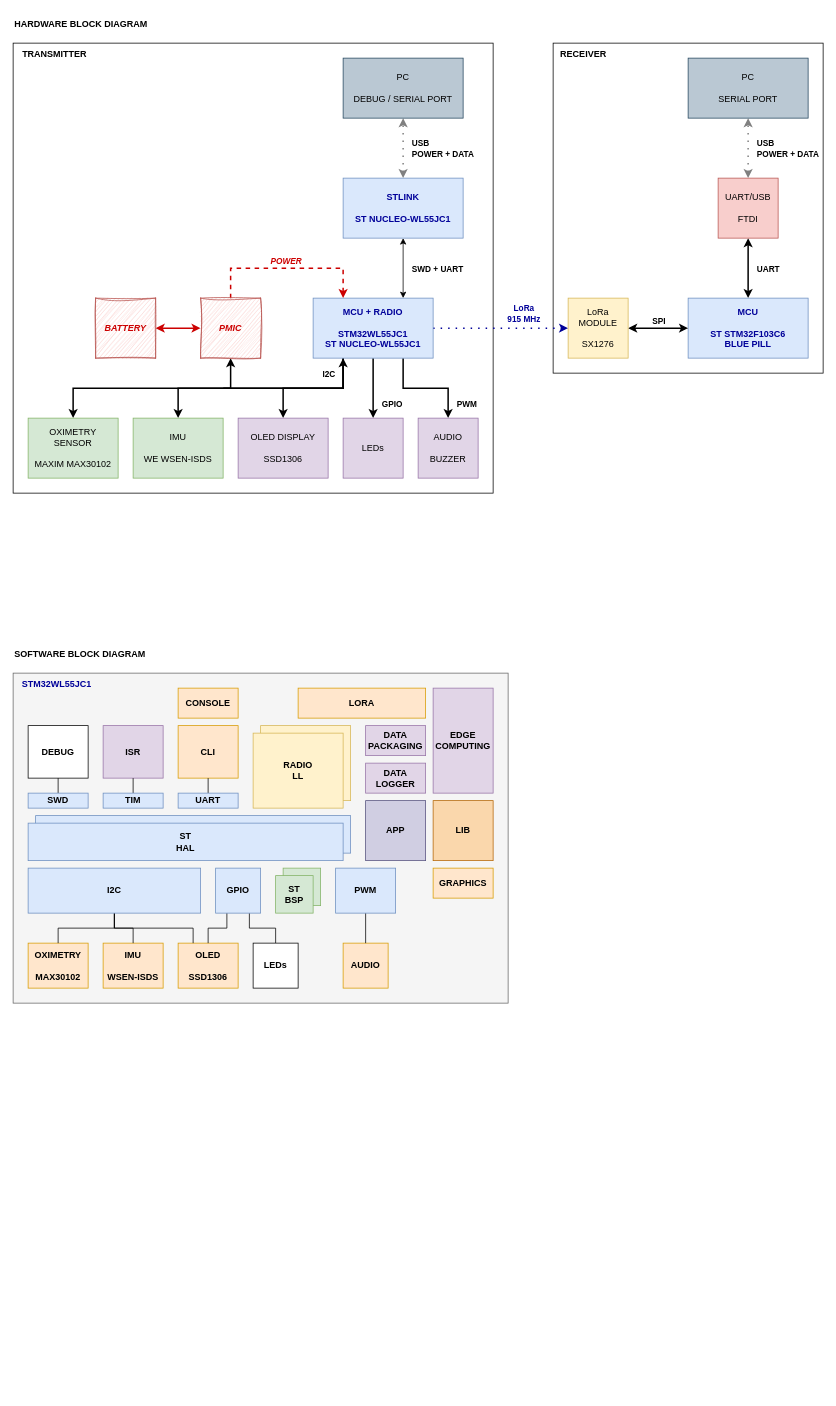
Earlier version of the draw.io diagram DOC/WPM-WL55 BLOCK DIAGRAMS.drawio (MechatronixLab/WPM). Source tidied: cells renumbered, new cells numbered last; positions are measured from the earlier drawing's top-left corner, leaving out a move shared by most shapes. Both pictures are drawn from the tidied source at 75%, with x=0, y=0 at pixel (13, 13).
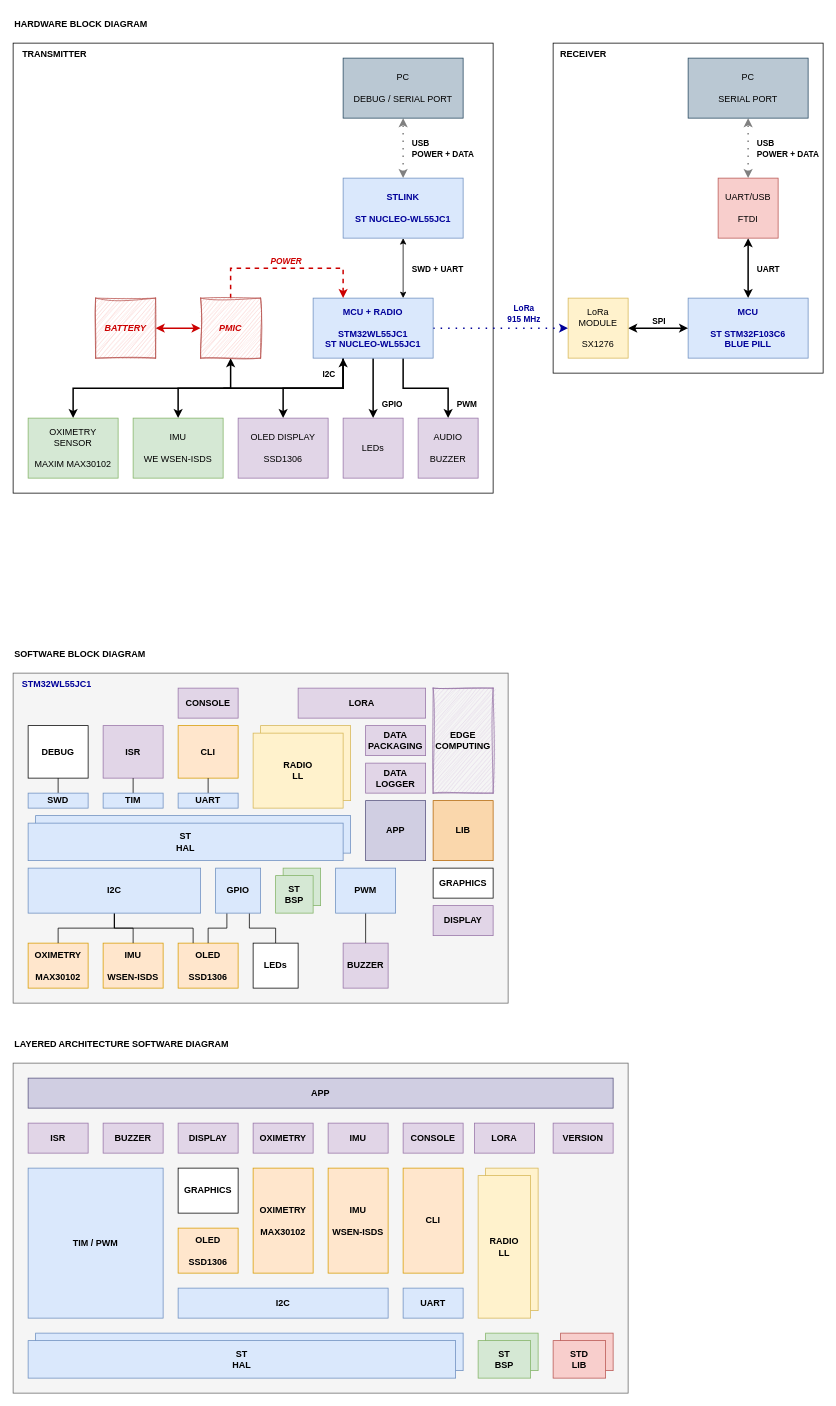
The same page after the edit.

Commit message (it also covers changes not shown here):
Added layered diagram.

The edit, as a diff of the source:
```diff
@@
+    <mxCell id="88" style="rounded=0;whiteSpace=wrap;html=1;fillColor=#f5f5f5;fontColor=#333333;strokeColor=#666666;" parent="1" vertex="1">
+      <mxGeometry y="1400" width="820" height="440" as="geometry" />
+    </mxCell>
@@
-    <mxCell id="52" value="&lt;b&gt;GRAPHICS&lt;br&gt;&lt;/b&gt;" style="rounded=0;whiteSpace=wrap;html=1;fillColor=#ffe6cc;strokeColor=#d79b00;" parent="1" vertex="1">
+    <mxCell id="52" value="&lt;b&gt;GRAPHICS&lt;br&gt;&lt;/b&gt;" style="rounded=0;whiteSpace=wrap;html=1;" parent="1" vertex="1">
       <mxGeometry x="560" y="1140" width="80" height="40" as="geometry" />
     </mxCell>
@@
-    <mxCell id="54" value="&lt;b&gt;CONSOLE&lt;br&gt;&lt;/b&gt;" style="rounded=0;whiteSpace=wrap;html=1;fillColor=#ffe6cc;strokeColor=#d79b00;" parent="1" vertex="1">
+    <mxCell id="54" value="&lt;b&gt;CONSOLE&lt;br&gt;&lt;/b&gt;" style="rounded=0;whiteSpace=wrap;html=1;fillColor=#e1d5e7;strokeColor=#9673a6;" parent="1" vertex="1">
       <mxGeometry x="220" y="900" width="80" height="40" as="geometry" />
     </mxCell>
@@
-    <mxCell id="56" value="&lt;b&gt;AUDIO&lt;br&gt;&lt;/b&gt;" style="rounded=0;whiteSpace=wrap;html=1;fillColor=#ffe6cc;strokeColor=#d79b00;" parent="1" vertex="1">
+    <mxCell id="56" value="&lt;b&gt;BUZZER&lt;br&gt;&lt;/b&gt;" style="rounded=0;whiteSpace=wrap;html=1;fillColor=#e1d5e7;strokeColor=#9673a6;" parent="1" vertex="1">
       <mxGeometry x="440" y="1240" width="60" height="60" as="geometry" />
     </mxCell>
@@
-    <mxCell id="71" value="&lt;b&gt;LORA&lt;br&gt;&lt;/b&gt;" style="rounded=0;whiteSpace=wrap;html=1;fillColor=#ffe6cc;strokeColor=#d79b00;" parent="1" vertex="1">
+    <mxCell id="71" value="&lt;b&gt;LORA&lt;br&gt;&lt;/b&gt;" style="rounded=0;whiteSpace=wrap;html=1;fillColor=#e1d5e7;strokeColor=#9673a6;" parent="1" vertex="1">
       <mxGeometry x="380" y="900" width="170" height="40" as="geometry" />
     </mxCell>
@@
-    <mxCell id="75" style="group;" parent="1" vertex="1">
-      <mxGeometry x="350" y="1140" width="60" height="60" as="geometry" />
-    </mxCell>
-    <mxCell id="76" style="rounded=0;whiteSpace=wrap;html=1;fillColor=#d5e8d4;strokeColor=#82b366;" parent="75" vertex="1">
-      <mxGeometry x="10" width="50" height="50" as="geometry" />
-    </mxCell>
-    <mxCell id="77" value="&lt;b&gt;ST&lt;br&gt;BSP&lt;br&gt;&lt;/b&gt;" style="rounded=0;whiteSpace=wrap;html=1;fillColor=#d5e8d4;strokeColor=#82b366;" parent="75" vertex="1">
-      <mxGeometry y="10" width="50" height="50" as="geometry" />
-    </mxCell>
@@
-    <mxCell id="79" value="&lt;b&gt;EDGE COMPUTING&lt;/b&gt;" style="rounded=0;whiteSpace=wrap;html=1;fillColor=#e1d5e7;strokeColor=#9673a6;" parent="1" vertex="1">
+    <mxCell id="79" value="&lt;b&gt;EDGE COMPUTING&lt;/b&gt;" style="rounded=0;whiteSpace=wrap;html=1;fillColor=#e1d5e7;strokeColor=#9673a6;sketch=1;curveFitting=1;jiggle=2;" parent="1" vertex="1">
       <mxGeometry x="560" y="900" width="80" height="140" as="geometry" />
     </mxCell>
@@
-    <mxCell id="81" style="group;" parent="1" vertex="1">
-      <mxGeometry x="320" y="950" width="130" height="110" as="geometry" />
-    </mxCell>
-    <mxCell id="82" style="rounded=0;whiteSpace=wrap;html=1;fillColor=#fff2cc;strokeColor=#d6b656;" parent="81" vertex="1">
-      <mxGeometry x="10" width="120" height="100" as="geometry" />
-    </mxCell>
-    <mxCell id="83" value="&lt;b&gt;RADIO&lt;br&gt;LL&lt;br&gt;&lt;/b&gt;" style="rounded=0;whiteSpace=wrap;html=1;fillColor=#fff2cc;strokeColor=#d6b656;" parent="81" vertex="1">
-      <mxGeometry y="10" width="120" height="100" as="geometry" />
-    </mxCell>
@@
+    <mxCell id="89" value="&lt;b&gt;LAYERED ARCHITECTURE SOFTWARE DIAGRAM&lt;/b&gt;" style="text;html=1;align=left;verticalAlign=middle;strokeColor=none;fillColor=none;" parent="1" vertex="1">
+      <mxGeometry y="1360" width="310" height="30" as="geometry" />
+    </mxCell>
+    <mxCell id="90" value="&lt;b&gt;APP&lt;/b&gt;" style="rounded=0;whiteSpace=wrap;html=1;fillColor=#d0cee2;strokeColor=#56517e;" parent="1" vertex="1">
+      <mxGeometry x="20" y="1420" width="780" height="40" as="geometry" />
+    </mxCell>
+    <mxCell id="91" value="&lt;b&gt;ISR&lt;br&gt;&lt;/b&gt;" style="rounded=0;whiteSpace=wrap;html=1;fillColor=#e1d5e7;strokeColor=#9673a6;" parent="1" vertex="1">
+      <mxGeometry x="20" y="1480" width="80" height="40" as="geometry" />
+    </mxCell>
+    <mxCell id="92" value="&lt;b&gt;DISPLAY&lt;br&gt;&lt;/b&gt;" style="rounded=0;whiteSpace=wrap;html=1;fillColor=#e1d5e7;strokeColor=#9673a6;" parent="1" vertex="1">
+      <mxGeometry x="220" y="1480" width="80" height="40" as="geometry" />
+    </mxCell>
+    <mxCell id="93" value="&lt;b&gt;BUZZER&lt;br&gt;&lt;/b&gt;" style="rounded=0;whiteSpace=wrap;html=1;fillColor=#e1d5e7;strokeColor=#9673a6;" parent="1" vertex="1">
+      <mxGeometry x="120" y="1480" width="80" height="40" as="geometry" />
+    </mxCell>
+    <mxCell id="94" value="&lt;b&gt;IMU&lt;br&gt;&lt;/b&gt;" style="rounded=0;whiteSpace=wrap;html=1;fillColor=#e1d5e7;strokeColor=#9673a6;" parent="1" vertex="1">
+      <mxGeometry x="420" y="1480" width="80" height="40" as="geometry" />
+    </mxCell>
+    <mxCell id="95" value="&lt;b&gt;OXIMETRY&lt;br&gt;&lt;/b&gt;" style="rounded=0;whiteSpace=wrap;html=1;fillColor=#e1d5e7;strokeColor=#9673a6;" parent="1" vertex="1">
+      <mxGeometry x="320" y="1480" width="80" height="40" as="geometry" />
+    </mxCell>
+    <mxCell id="96" value="&lt;b&gt;LORA&lt;br&gt;&lt;/b&gt;" style="rounded=0;whiteSpace=wrap;html=1;fillColor=#e1d5e7;strokeColor=#9673a6;" parent="1" vertex="1">
+      <mxGeometry x="615" y="1480" width="80" height="40" as="geometry" />
+    </mxCell>
+    <mxCell id="97" value="&lt;b&gt;CONSOLE&lt;br&gt;&lt;/b&gt;" style="rounded=0;whiteSpace=wrap;html=1;fillColor=#e1d5e7;strokeColor=#9673a6;" parent="1" vertex="1">
+      <mxGeometry x="520" y="1480" width="80" height="40" as="geometry" />
+    </mxCell>
+    <mxCell id="98" value="&lt;b&gt;VERSION&lt;br&gt;&lt;/b&gt;" style="rounded=0;whiteSpace=wrap;html=1;fillColor=#e1d5e7;strokeColor=#9673a6;" parent="1" vertex="1">
+      <mxGeometry x="720" y="1480" width="80" height="40" as="geometry" />
+    </mxCell>
+    <mxCell id="99" style="rounded=0;whiteSpace=wrap;html=1;fillColor=#dae8fc;strokeColor=#6c8ebf;" parent="1" vertex="1">
+      <mxGeometry x="30" y="1760" width="570" height="50" as="geometry" />
+    </mxCell>
+    <mxCell id="100" value="&lt;b&gt;ST&lt;br&gt;HAL&lt;/b&gt;" style="rounded=0;whiteSpace=wrap;html=1;fillColor=#dae8fc;strokeColor=#6c8ebf;" parent="1" vertex="1">
+      <mxGeometry x="20" y="1770" width="570" height="50" as="geometry" />
+    </mxCell>
+    <mxCell id="101" value="&lt;b&gt;OLED&lt;br&gt;&lt;br&gt;SSD1306&lt;br&gt;&lt;/b&gt;" style="rounded=0;whiteSpace=wrap;html=1;fillColor=#ffe6cc;strokeColor=#d79b00;" parent="1" vertex="1">
+      <mxGeometry x="220" y="1620" width="80" height="60" as="geometry" />
+    </mxCell>
+    <mxCell id="102" value="&lt;b&gt;IMU&lt;br&gt;&lt;br&gt;WSEN-ISDS&lt;br&gt;&lt;/b&gt;" style="rounded=0;whiteSpace=wrap;html=1;fillColor=#ffe6cc;strokeColor=#d79b00;" parent="1" vertex="1">
+      <mxGeometry x="420" y="1540" width="80" height="140" as="geometry" />
+    </mxCell>
+    <mxCell id="103" value="&lt;b&gt;OXIMETRY&lt;br&gt;&lt;br&gt;MAX30102&lt;br&gt;&lt;/b&gt;" style="rounded=0;whiteSpace=wrap;html=1;fillColor=#ffe6cc;strokeColor=#d79b00;" parent="1" vertex="1">
+      <mxGeometry x="320" y="1540" width="80" height="140" as="geometry" />
+    </mxCell>
+    <mxCell id="104" value="&lt;b&gt;GRAPHICS&lt;br&gt;&lt;/b&gt;" style="rounded=0;whiteSpace=wrap;html=1;" parent="1" vertex="1">
+      <mxGeometry x="220" y="1540" width="80" height="60" as="geometry" />
+    </mxCell>
+    <mxCell id="105" value="&lt;b&gt;I2C&lt;br&gt;&lt;/b&gt;" style="rounded=0;whiteSpace=wrap;html=1;fillColor=#dae8fc;strokeColor=#6c8ebf;" parent="1" vertex="1">
+      <mxGeometry x="220" y="1700" width="280" height="40" as="geometry" />
+    </mxCell>
+    <mxCell id="106" value="&lt;b&gt;UART&lt;br&gt;&lt;/b&gt;" style="rounded=0;whiteSpace=wrap;html=1;fillColor=#dae8fc;strokeColor=#6c8ebf;" parent="1" vertex="1">
+      <mxGeometry x="520" y="1700" width="80" height="40" as="geometry" />
+    </mxCell>
+    <mxCell id="107" value="&lt;b&gt;TIM / PWM&lt;br&gt;&lt;/b&gt;" style="rounded=0;whiteSpace=wrap;html=1;fillColor=#dae8fc;strokeColor=#6c8ebf;" parent="1" vertex="1">
+      <mxGeometry x="20" y="1540" width="180" height="200" as="geometry" />
+    </mxCell>
+    <mxCell id="108" value="&lt;b&gt;CLI&lt;br&gt;&lt;/b&gt;" style="rounded=0;whiteSpace=wrap;html=1;fillColor=#ffe6cc;strokeColor=#d79b00;" parent="1" vertex="1">
+      <mxGeometry x="520" y="1540" width="80" height="140" as="geometry" />
+    </mxCell>
+    <mxCell id="82" style="rounded=0;whiteSpace=wrap;html=1;fillColor=#fff2cc;strokeColor=#d6b656;" parent="1" vertex="1">
+      <mxGeometry x="330" y="950" width="120" height="100" as="geometry" />
+    </mxCell>
+    <mxCell id="83" value="&lt;b&gt;RADIO&lt;br&gt;LL&lt;br&gt;&lt;/b&gt;" style="rounded=0;whiteSpace=wrap;html=1;fillColor=#fff2cc;strokeColor=#d6b656;" parent="1" vertex="1">
+      <mxGeometry x="320" y="960" width="120" height="100" as="geometry" />
+    </mxCell>
+    <mxCell id="109" style="rounded=0;whiteSpace=wrap;html=1;fillColor=#fff2cc;strokeColor=#d6b656;" parent="1" vertex="1">
+      <mxGeometry x="630" y="1540" width="70" height="190" as="geometry" />
+    </mxCell>
+    <mxCell id="110" value="&lt;b&gt;RADIO&lt;br&gt;LL&lt;br&gt;&lt;/b&gt;" style="rounded=0;whiteSpace=wrap;html=1;fillColor=#fff2cc;strokeColor=#d6b656;" parent="1" vertex="1">
+      <mxGeometry x="620" y="1550" width="70" height="190" as="geometry" />
+    </mxCell>
+    <mxCell id="111" value="&lt;b&gt;DISPLAY&lt;br&gt;&lt;/b&gt;" style="rounded=0;whiteSpace=wrap;html=1;fillColor=#e1d5e7;strokeColor=#9673a6;" parent="1" vertex="1">
+      <mxGeometry x="560" y="1190" width="80" height="40" as="geometry" />
+    </mxCell>
+    <mxCell id="76" style="rounded=0;whiteSpace=wrap;html=1;fillColor=#d5e8d4;strokeColor=#82b366;" parent="1" vertex="1">
+      <mxGeometry x="360" y="1140" width="50" height="50" as="geometry" />
+    </mxCell>
+    <mxCell id="77" value="&lt;b&gt;ST&lt;br&gt;BSP&lt;br&gt;&lt;/b&gt;" style="rounded=0;whiteSpace=wrap;html=1;fillColor=#d5e8d4;strokeColor=#82b366;" parent="1" vertex="1">
+      <mxGeometry x="350" y="1150" width="50" height="50" as="geometry" />
+    </mxCell>
+    <mxCell id="112" style="rounded=0;whiteSpace=wrap;html=1;fillColor=#f8cecc;strokeColor=#b85450;" parent="1" vertex="1">
+      <mxGeometry x="730" y="1760" width="70" height="50" as="geometry" />
+    </mxCell>
+    <mxCell id="113" value="&lt;b&gt;STD&lt;br&gt;LIB&lt;br&gt;&lt;/b&gt;" style="rounded=0;whiteSpace=wrap;html=1;fillColor=#f8cecc;strokeColor=#b85450;" parent="1" vertex="1">
+      <mxGeometry x="720" y="1770" width="70" height="50" as="geometry" />
+    </mxCell>
+    <mxCell id="114" style="rounded=0;whiteSpace=wrap;html=1;fillColor=#d5e8d4;strokeColor=#82b366;" parent="1" vertex="1">
+      <mxGeometry x="630" y="1760" width="70" height="50" as="geometry" />
+    </mxCell>
+    <mxCell id="115" value="&lt;b&gt;ST&lt;br&gt;BSP&lt;br&gt;&lt;/b&gt;" style="rounded=0;whiteSpace=wrap;html=1;fillColor=#d5e8d4;strokeColor=#82b366;" parent="1" vertex="1">
+      <mxGeometry x="620" y="1770" width="70" height="50" as="geometry" />
+    </mxCell>
```
